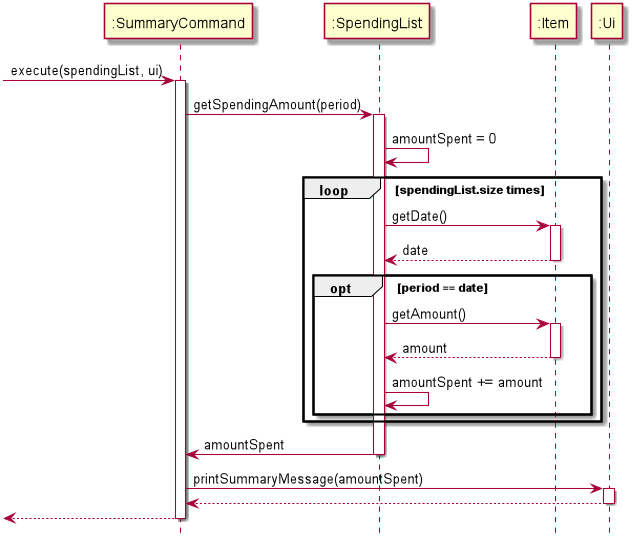
Above: docs/images/summary.png in xieyaoyue/tp (PlantUML), before the change.
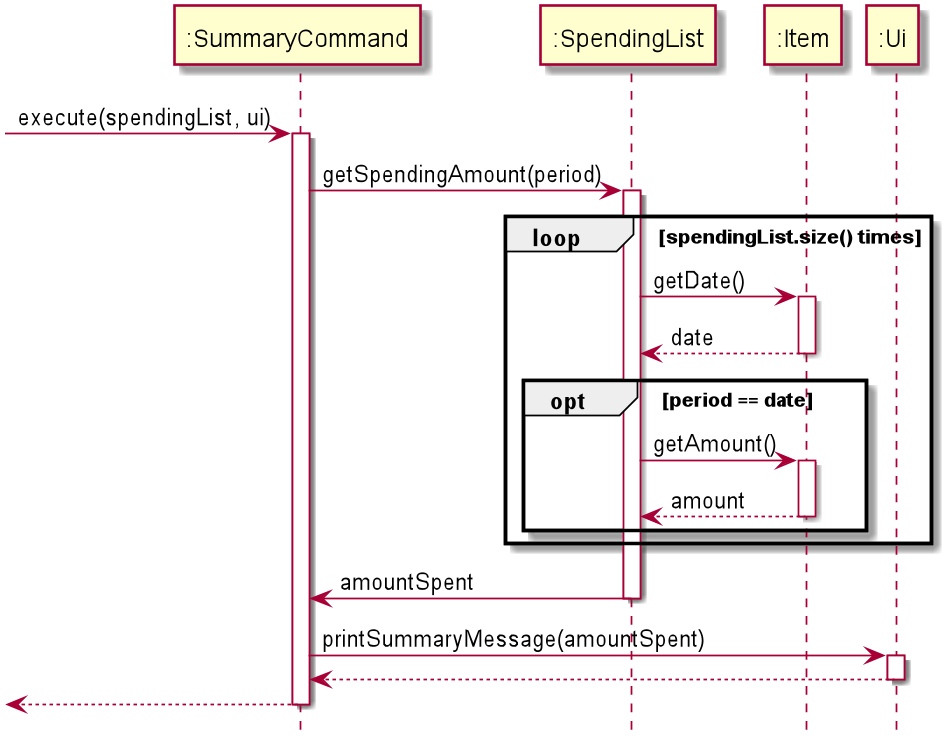
The same file after the commit.

Commit message:
update uml diagram

What changed in the source:
```diff
@@ -7,9 +7,7 @@
 ":SummaryCommand" -> ":SpendingList": getSpendingAmount(period)
 activate ":SpendingList"
 
-":SpendingList" -> ":SpendingList": amountSpent = 0
-
-loop spendingList.size times
+loop spendingList.size() times
 
 
 ":SpendingList" -> ":Item": getDate()
@@ -22,8 +20,6 @@
 activate ":Item"
 ":Item" --> ":SpendingList": amount
 deactivate ":Item"
-
-":SpendingList" -> ":SpendingList": amountSpent += amount
 
 end
 
```
